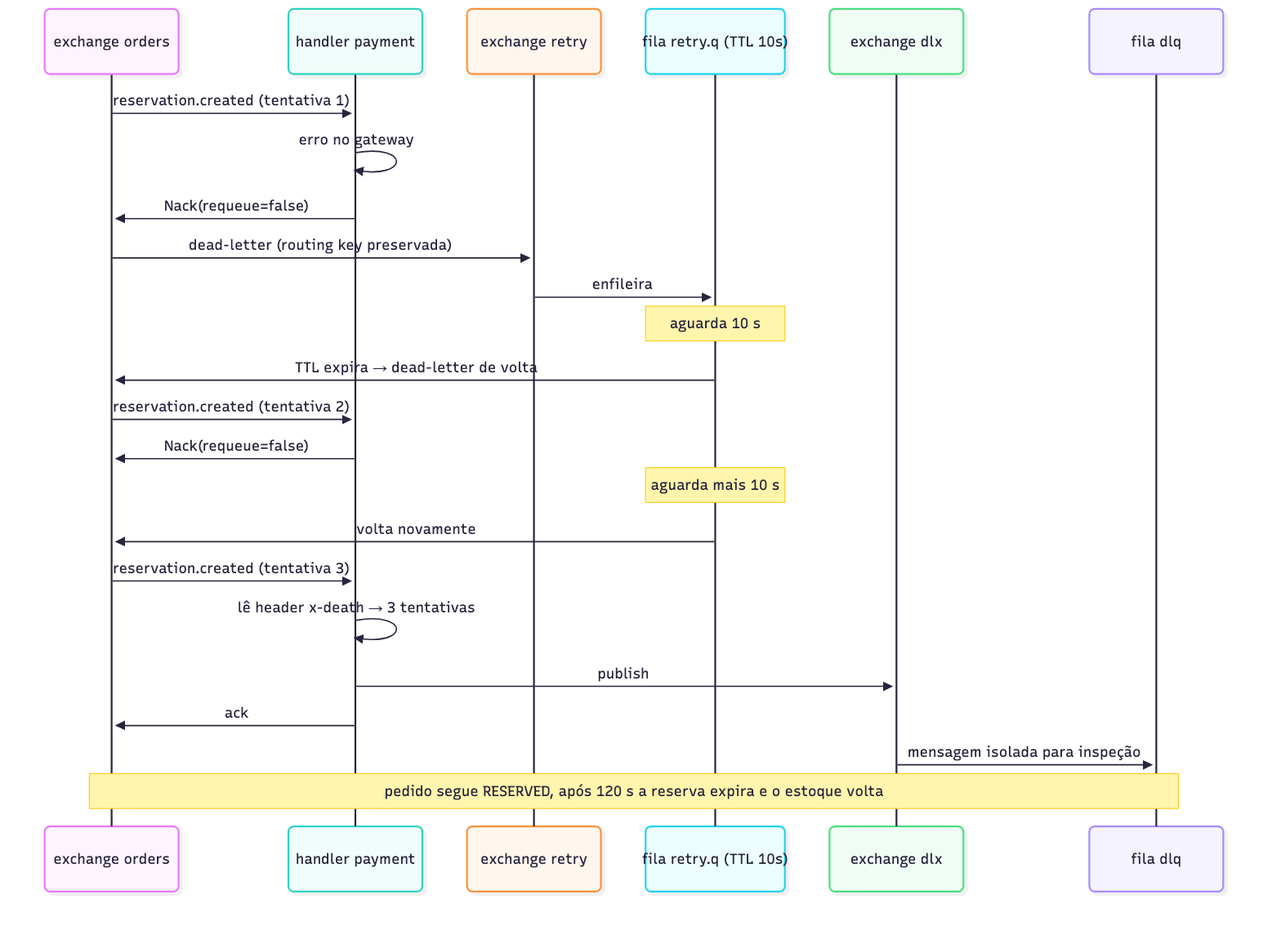
Above: docs/diagramas/sequencia-falha.png in NicolasPaterno/message-queue-ecommerce (Mermaid), before the change. Its source is kept beside it as docs/diagramas/sequencia-falha.mmd. Source of this version:
```mermaid
sequenceDiagram
    participant X as exchange orders
    participant P as handler payment
    participant R as exchange retry
    participant RQ as fila retry.q (TTL 10s)
    participant D as exchange dlx
    participant DLQ as fila dlq

    X->>P: reservation.created (tentativa 1)
    P->>P: erro no gateway
    P->>X: Nack(requeue=false)
    X->>R: dead-letter (routing key preservada)
    R->>RQ: enfileira
    Note over RQ: aguarda 10 s
    RQ->>X: TTL expira → dead-letter de volta

    X->>P: reservation.created (tentativa 2)
    P->>X: Nack(requeue=false)
    Note over RQ: aguarda mais 10 s
    RQ->>X: volta novamente

    X->>P: reservation.created (tentativa 3)
    P->>P: lê header x-death → 3 tentativas
    P->>D: publish
    P->>X: ack
    D->>DLQ: mensagem isolada para inspeção
    Note over X,DLQ: pedido segue RESERVED, após 120 s a reserva expira e o estoque volta
```
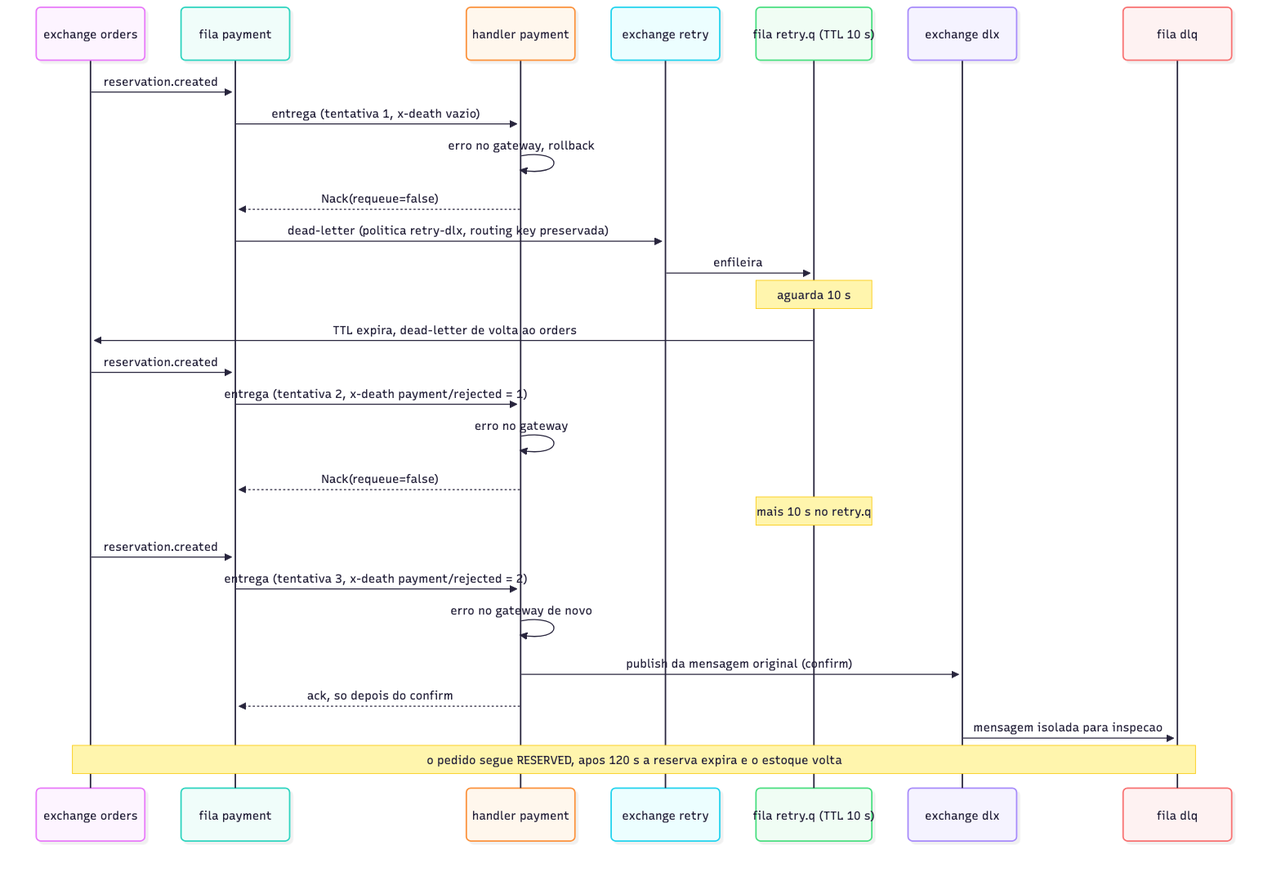
Above is the later version.

Diff of the diagram source:
```diff
@@ -1,27 +1,31 @@
 sequenceDiagram
     participant X as exchange orders
+    participant Q as fila payment
     participant P as handler payment
     participant R as exchange retry
-    participant RQ as fila retry.q (TTL 10s)
+    participant RQ as fila retry.q (TTL 10 s)
     participant D as exchange dlx
     participant DLQ as fila dlq
 
-    X->>P: reservation.created (tentativa 1)
-    P->>P: erro no gateway
-    P->>X: Nack(requeue=false)
-    X->>R: dead-letter (routing key preservada)
+    X->>Q: reservation.created
+    Q->>P: entrega (tentativa 1, x-death vazio)
+    P->>P: erro no gateway, rollback
+    P-->>Q: Nack(requeue=false)
+    Q->>R: dead-letter (politica retry-dlx, routing key preservada)
     R->>RQ: enfileira
     Note over RQ: aguarda 10 s
-    RQ->>X: TTL expira → dead-letter de volta
+    RQ->>X: TTL expira, dead-letter de volta ao orders
 
-    X->>P: reservation.created (tentativa 2)
-    P->>X: Nack(requeue=false)
-    Note over RQ: aguarda mais 10 s
-    RQ->>X: volta novamente
+    X->>Q: reservation.created
+    Q->>P: entrega (tentativa 2, x-death payment/rejected = 1)
+    P->>P: erro no gateway
+    P-->>Q: Nack(requeue=false)
+    Note over RQ: mais 10 s no retry.q
 
-    X->>P: reservation.created (tentativa 3)
-    P->>P: lê header x-death → 3 tentativas
-    P->>D: publish
-    P->>X: ack
-    D->>DLQ: mensagem isolada para inspeção
-    Note over X,DLQ: pedido segue RESERVED, após 120 s a reserva expira e o estoque volta
+    X->>Q: reservation.created
+    Q->>P: entrega (tentativa 3, x-death payment/rejected = 2)
+    P->>P: erro no gateway de novo
+    P->>D: publish da mensagem original (confirm)
+    P-->>Q: ack, so depois do confirm
+    D->>DLQ: mensagem isolada para inspecao
+    Note over X,DLQ: o pedido segue RESERVED, apos 120 s a reserva expira e o estoque volta
```
